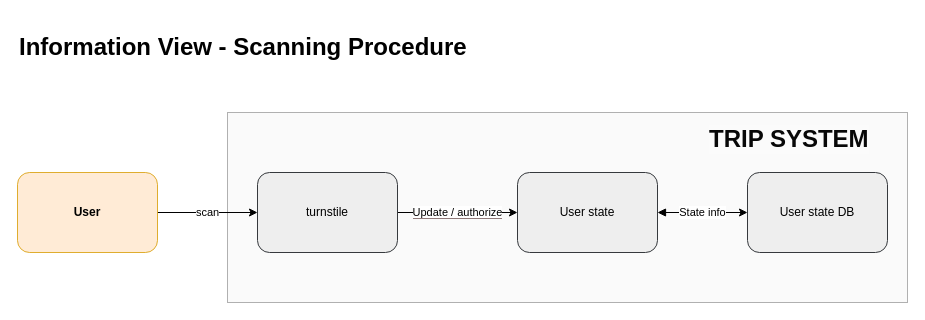
The draw.io diagram drawings/views_final_version/information_view scanning.drawio in aleCombi/SoftwareArchitecture, before the edit. Source tidied: cells renumbered, new cells numbered last; positions are measured from the earlier drawing's top-left corner, leaving out a move shared by most shapes. Both pictures are drawn from the tidied source at 100%, with x=0, y=0 at pixel (17, 32).
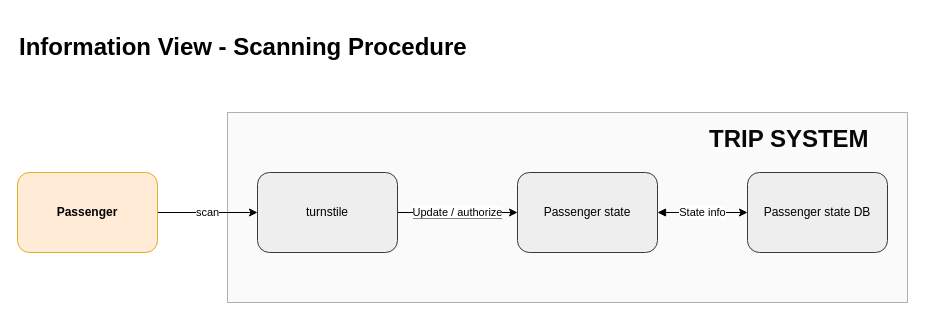
The same page after the edit.

The edit, as a diff of the source:
```diff
@@
 <mxGraphModel>
   <root>
     <mxCell id="0" />
     <mxCell id="1" parent="0" />
     <mxCell id="2" style="whiteSpace=wrap;html=1;shadow=0;glass=0;sketch=0;opacity=50;fillColor=#f5f5f5;strokeColor=#666666;fontColor=#333333;" parent="1" vertex="1">
       <mxGeometry x="210" y="80" width="680" height="190" as="geometry" />
     </mxCell>
     <mxCell id="3" value="&lt;span style=&quot;background-color: rgb(255, 255, 255);&quot;&gt;Update / authorize&lt;/span&gt;" style="edgeStyle=orthogonalEdgeStyle;html=1;labelBackgroundColor=#907a7a;strokeColor=#000000;fontColor=#000000;startArrow=none;startFill=0;entryX=0;entryY=0.5;entryDx=0;entryDy=0;exitX=1;exitY=0.5;exitDx=0;exitDy=0;" parent="1" edge="1" source="4" target="8">
       <mxGeometry relative="1" as="geometry" />
     </mxCell>
     <mxCell id="4" value="turnstile" style="rounded=1;whiteSpace=wrap;html=1;fillColor=#eeeeee;strokeColor=#36393d;" parent="1" vertex="1">
       <mxGeometry x="240" y="140" width="140" height="80" as="geometry" />
     </mxCell>
     <mxCell id="5" value="scan" style="edgeStyle=orthogonalEdgeStyle;html=1;exitX=1;exitY=0.5;exitDx=0;exitDy=0;entryX=0;entryY=0.5;entryDx=0;entryDy=0;labelBackgroundColor=#FFFFFF;startArrow=none;startFill=0;" parent="1" edge="1" source="6" target="4">
       <mxGeometry relative="1" as="geometry" />
     </mxCell>
-    <mxCell id="6" value="&lt;b&gt;User&lt;/b&gt;" style="rounded=1;whiteSpace=wrap;html=1;fillColor=#ffe6cc;strokeColor=#d79b00;opacity=80;" parent="1" vertex="1">
+    <mxCell id="6" value="&lt;b&gt;Passenger&lt;/b&gt;" style="rounded=1;whiteSpace=wrap;html=1;fillColor=#ffe6cc;strokeColor=#d79b00;opacity=80;" parent="1" vertex="1">
       <mxGeometry y="140" width="140" height="80" as="geometry" />
     </mxCell>
     <mxCell id="7" value="State info" style="edgeStyle=orthogonalEdgeStyle;html=1;exitX=1;exitY=0.5;exitDx=0;exitDy=0;entryX=0;entryY=0.5;entryDx=0;entryDy=0;startArrow=block;startFill=1;" parent="1" edge="1" source="8" target="10">
       <mxGeometry relative="1" as="geometry" />
     </mxCell>
-    <mxCell id="8" value="User state" style="rounded=1;whiteSpace=wrap;html=1;fillColor=#eeeeee;strokeColor=#36393d;" parent="1" vertex="1">
+    <mxCell id="8" value="Passenger state" style="rounded=1;whiteSpace=wrap;html=1;fillColor=#eeeeee;strokeColor=#36393d;" parent="1" vertex="1">
       <mxGeometry x="500" y="140" width="140" height="80" as="geometry" />
     </mxCell>
     <mxCell id="9" value="&lt;h1 style=&quot;border-color: var(--border-color); color: rgb(0, 0, 0); font-family: Helvetica; font-style: normal; font-variant-ligatures: normal; font-variant-caps: normal; letter-spacing: normal; orphans: 2; text-align: center; text-indent: 0px; text-transform: none; widows: 2; word-spacing: 0px; -webkit-text-stroke-width: 0px; background-color: rgb(251, 251, 251); text-decoration-thickness: initial; text-decoration-style: initial; text-decoration-color: initial;&quot;&gt;&lt;b style=&quot;border-color: var(--border-color);&quot;&gt;&lt;font style=&quot;border-color: var(--border-color);&quot; color=&quot;#080808&quot;&gt;TRIP SYSTEM&lt;/font&gt;&lt;/b&gt;&lt;/h1&gt;" style="text;whiteSpace=wrap;html=1;fontColor=#000000;" parent="1" vertex="1">
       <mxGeometry x="690" y="70" width="190" height="80" as="geometry" />
     </mxCell>
-    <mxCell id="10" value="User state DB" style="rounded=1;whiteSpace=wrap;html=1;fillColor=#eeeeee;strokeColor=#36393d;" parent="1" vertex="1">
+    <mxCell id="10" value="Passenger state DB" style="rounded=1;whiteSpace=wrap;html=1;fillColor=#eeeeee;strokeColor=#36393d;" parent="1" vertex="1">
       <mxGeometry x="730" y="140" width="140" height="80" as="geometry" />
     </mxCell>
     <mxCell id="11" value="&lt;h1&gt;Information View - Scanning Procedure&lt;/h1&gt;" style="text;strokeColor=none;align=left;fillColor=none;html=1;verticalAlign=middle;whiteSpace=wrap;rounded=0;" parent="1" vertex="1">
       <mxGeometry width="670" height="30" as="geometry" />
     </mxCell>
   </root>
 </mxGraphModel>
```
